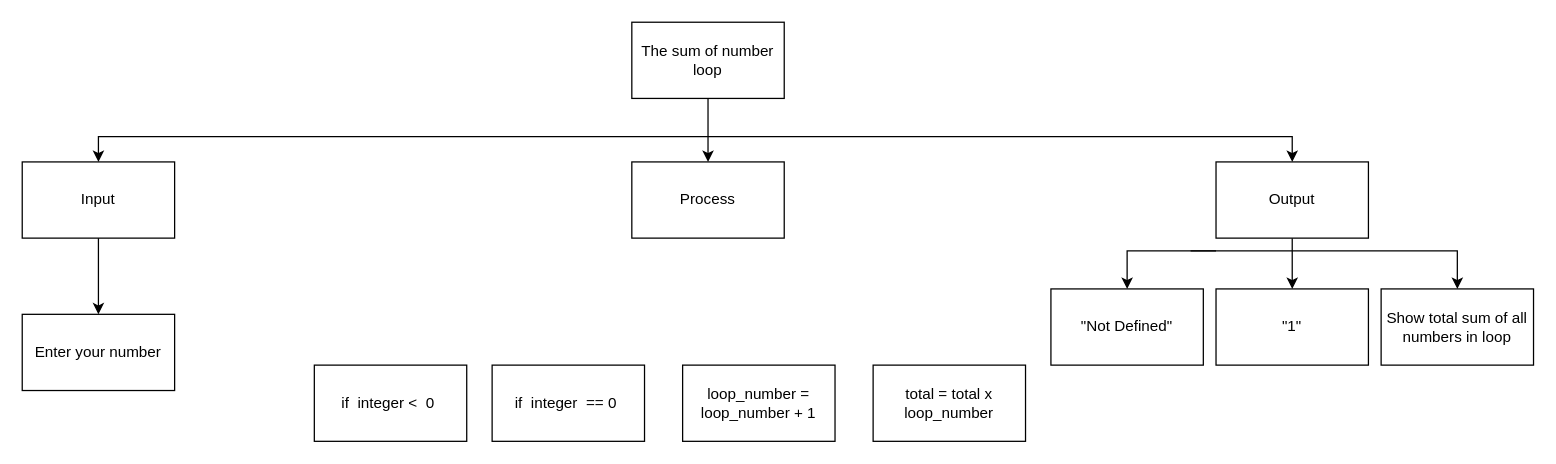
JacksonNaufal/ICS3U-Unit4-03-Python keeps this draw.io diagram as Drawio/TopDown.Drawio. Above is the earlier version. Source tidied: cells renumbered, new cells numbered last; positions are measured from the earlier drawing's top-left corner, leaving out a move shared by most shapes. Both pictures are drawn from the tidied source at 127%, with x=0, y=0 at pixel (22, 22).
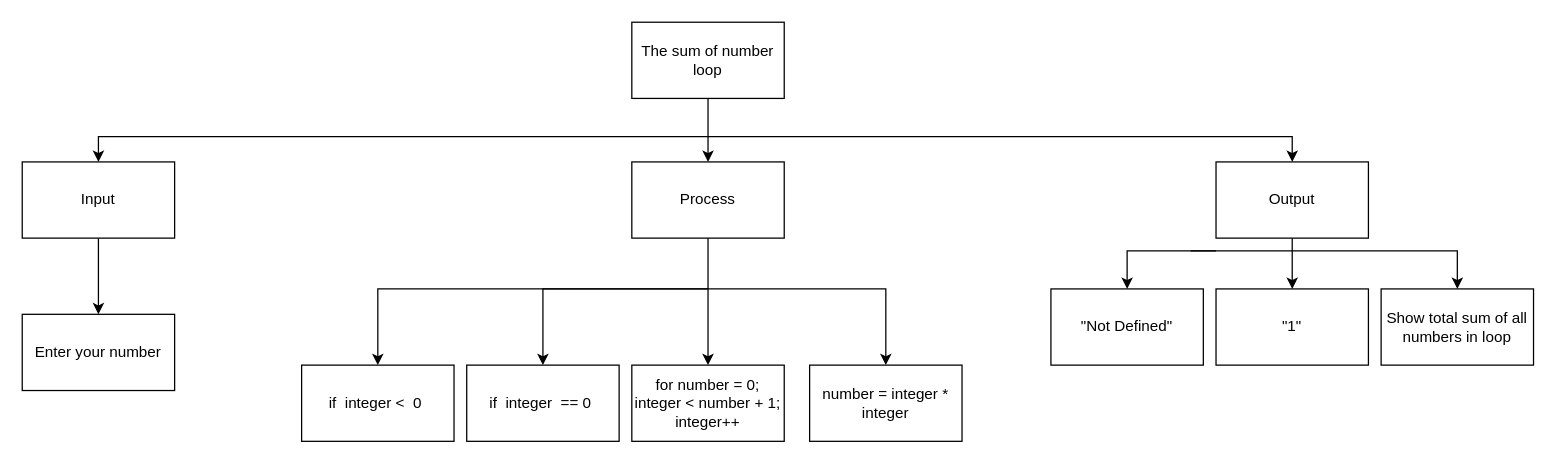
The same page after the edit.

Commit message (it also covers changes not shown here):
PNG of Flowchart and Topdown

The change refers to these unchanged cells:
```xml
<mxCell id="8" value="Process" style="rounded=0;whiteSpace=wrap;html=1;" parent="1" vertex="1">
  <mxGeometry x="480" y="110" width="120" height="60" as="geometry" />
</mxCell>
```

Change to the diagram source:
```diff
@@
+    <mxCell id="21" style="edgeStyle=none;html=1;rounded=0;" parent="1" edge="1" target="15">
+      <mxGeometry relative="1" as="geometry">
+        <mxPoint x="540" y="210" as="sourcePoint" />
+        <Array as="points">
+          <mxPoint x="680" y="210" />
+        </Array>
+      </mxGeometry>
+    </mxCell>
+    <mxCell id="22" style="edgeStyle=none;html=1;entryX=0.5;entryY=0;entryDx=0;entryDy=0;" parent="1" edge="1" source="8" target="16">
+      <mxGeometry relative="1" as="geometry" />
+    </mxCell>
+    <mxCell id="23" style="edgeStyle=none;html=1;entryX=0.5;entryY=0;entryDx=0;entryDy=0;rounded=0;" parent="1" edge="1" target="19">
+      <mxGeometry relative="1" as="geometry">
+        <mxPoint x="540" y="210" as="sourcePoint" />
+        <Array as="points">
+          <mxPoint x="410" y="210" />
+        </Array>
+      </mxGeometry>
+    </mxCell>
+    <mxCell id="24" style="edgeStyle=none;html=1;entryX=0.5;entryY=0;entryDx=0;entryDy=0;rounded=0;" parent="1" edge="1" target="17">
+      <mxGeometry relative="1" as="geometry">
+        <mxPoint x="540" y="210" as="sourcePoint" />
+        <Array as="points">
+          <mxPoint x="280" y="210" />
+        </Array>
+      </mxGeometry>
+    </mxCell>
@@
-    <mxCell id="15" value="total = total x loop_number" style="rounded=0;whiteSpace=wrap;html=1;" parent="1" vertex="1">
-      <mxGeometry x="670" y="270" width="120" height="60" as="geometry" />
+    <mxCell id="15" value="number = integer * integer" style="rounded=0;whiteSpace=wrap;html=1;" parent="1" vertex="1">
+      <mxGeometry x="620" y="270" width="120" height="60" as="geometry" />
     </mxCell>
-    <mxCell id="16" value="loop_number = loop_number + 1" style="rounded=0;whiteSpace=wrap;html=1;" parent="1" vertex="1">
-      <mxGeometry x="520" y="270" width="120" height="60" as="geometry" />
+    <mxCell id="16" value="for number = 0;&lt;br&gt;integer &amp;lt; number + 1;&lt;br&gt;integer++" style="rounded=0;whiteSpace=wrap;html=1;" parent="1" vertex="1">
+      <mxGeometry x="480" y="270" width="120" height="60" as="geometry" />
     </mxCell>
     <mxCell id="17" value="if&amp;nbsp; integer &amp;lt;&amp;nbsp; 0&amp;nbsp;" style="rounded=0;whiteSpace=wrap;html=1;" parent="1" vertex="1">
-      <mxGeometry x="230" y="270" width="120" height="60" as="geometry" />
+      <mxGeometry x="220" y="270" width="120" height="60" as="geometry" />
     </mxCell>
@@
     <mxCell id="19" value="if&amp;nbsp; integer&amp;nbsp; == 0&amp;nbsp;" style="rounded=0;whiteSpace=wrap;html=1;" parent="1" vertex="1">
-      <mxGeometry x="370" y="270" width="120" height="60" as="geometry" />
+      <mxGeometry x="350" y="270" width="120" height="60" as="geometry" />
     </mxCell>
```
